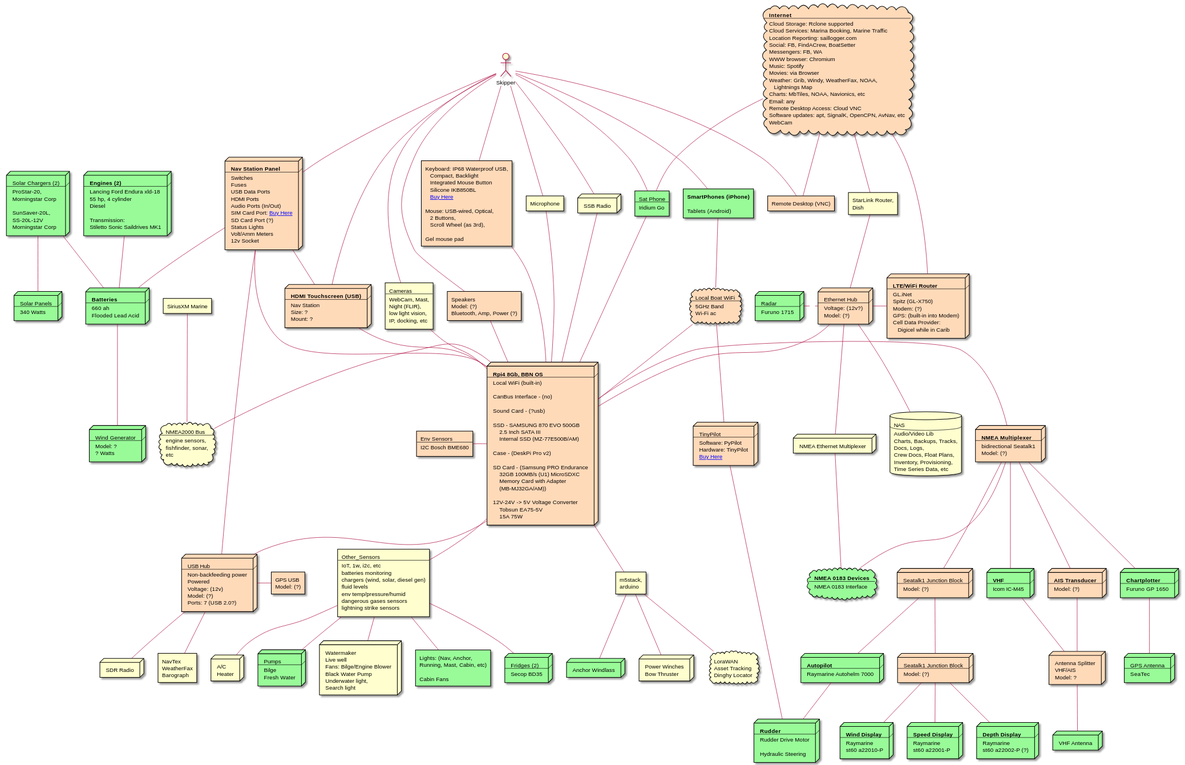
The PlantUML diagram docs/images/alcazar-system-arch.svg in SY-Alcazar/SY-Alcazar, before a commit.
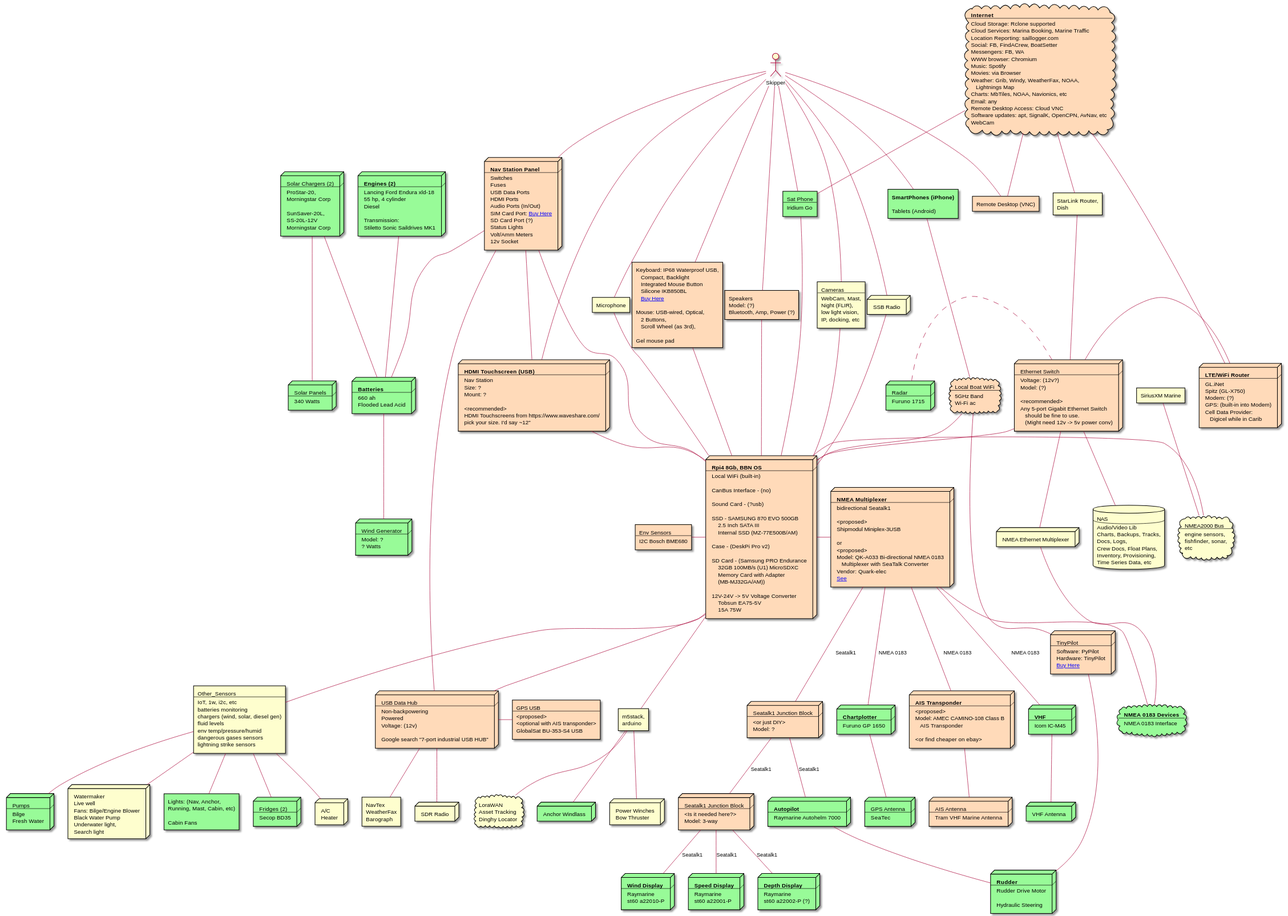
Later version of the same file.

Commit message:
alcazar system arch

Change to the diagram source:
```diff
@@ -46,7 +46,10 @@
 
 rectangle GPS #peachpuff [
  GPS USB
- Model: (?)
+ ----
+ <proposed>
+ <optional with AIS transponder>
+ GlobalSat BU-353-S4 USB
 ]
 
 rectangle Env_Sens #peachpuff [
@@ -66,20 +69,31 @@
 node Junction_ST1_1 #peachpuff [
  Seatalk1 Junction Block
  ----
- Model: (?)
+ <Is it needed here?>
+ Model: 3-way
 ]
 
 node Junction_ST1_2 #peachpuff [
  Seatalk1 Junction Block
  ----
- Model: (?)
+ <or just DIY>
+ Model: ?
 ]
 
 node NMEA_Mux #peachpuff [
  <b>NMEA Multiplexer
  ----
  bidirectional Seatalk1
- Model: (?)
+
+ <proposed>
+ Shipmodul Miniplex-3USB
+
+ or
+ <proposed>
+ Model: QK-A033 Bi-directional NMEA 0183
+    Multiplexer with SeaTalk Converter
+ Vendor: Quark-elec
+ [[https://www.quark-elec.com/product/qk-a033-wifi-usb-nmea-0183-multiplexer-with-seatalk-converter/ See]]
 ]
 
 node NMEA_Eth_Mux [
@@ -125,20 +139,25 @@
 ]
 
 node Eth_Hub #peachpuff [
- Ethernet Hub
+ Ethernet Switch
  ----
  Voltage: (12v?)
  Model: (?)
+
+ <recommended>
+ Any 5-port Gigabit Ethernet Switch
+    should be fine to use.
+    (Might need 12v -> 5v power conv)
 ]
 
 node USB_Hub #peachpuff [
- USB Hub
+ USB Data Hub
  ----
- Non-backfeeding power
+ Non-backpowering
  Powered
  Voltage: (12v)
- Model: (?)
- Ports: 7 (USB 2.0?)
+
+ Google search "7-port industrial USB HUB"
 ]
 
 node Router #peachpuff [
@@ -169,6 +188,10 @@
  Nav Station
  Size: ?
  Mount: ?
+
+ <recommended>
+ HDMI Touchscreens from https://www.waveshare.com/
+ pick your size. I'd say ~12"
 ]
 
 rectangle Speakers #peachpuff [
@@ -249,9 +272,13 @@
 ]
 
 node AIS #peachpuff [
- <b>AIS Transducer
+ <b>AIS Transponder
  ----
- Model: (?)
+ <proposed>
+ Model: AMEC CAMINO-108 Class B
+    AIS Transponder
+
+ <or find cheaper on ebay>
 ]
 
 rectangle Lights_Fans #palegreen [
@@ -346,12 +373,6 @@
  Bow Thruster
 ]
 
-node Splitter #peachpuff [
- Antenna Splitter
- VHF/AIS
- Model: ?
-]
-
 cloud Cloud_Internet #peachpuff [
  <b>Internet
  ----
@@ -416,6 +437,12 @@
   VHF Antenna
 ]
 
+node Antenna_AIS #peachpuff [
+  AIS Antenna
+  ----
+  Tram VHF Marine Antenna
+]
+
 node Solar_Pan #palegreen [
   Solar Panels
   ----
@@ -475,17 +502,17 @@
 
 NMEA_Mux -- NMEA_0183
 NMEA_Eth_Mux -- NMEA_0183
-NMEA_Mux -- Junction_ST1_2
-NMEA_Mux -- VHF
-NMEA_Mux -- Chartplotter
-NMEA_Mux -- AIS
+NMEA_Mux -- Junction_ST1_2 : Seatalk1
+NMEA_Mux -- VHF : NMEA 0183
+NMEA_Mux -- Chartplotter : NMEA 0183
+NMEA_Mux -- AIS : NMEA 0183
 
-Junction_ST1_1 -- Dash_1
-Junction_ST1_1 -- Dash_2
-Junction_ST1_1 -- Dash_3
+Junction_ST1_1 -- Dash_1 : Seatalk1
+Junction_ST1_1 -- Dash_2 : Seatalk1
+Junction_ST1_1 -- Dash_3 : Seatalk1
 
-Junction_ST1_2 -- AP
-Junction_ST1_2 -- Junction_ST1_1
+Junction_ST1_2 -- AP : Seatalk1
+Junction_ST1_2 -- Junction_ST1_1 : Seatalk1
 
 Chartplotter -- GPS_Ant
 
@@ -514,9 +541,7 @@
 Wind_Gen -u- Batteries
 Engines -- Batteries
 
-VHF -- Splitter
-AIS -- Splitter
-
-Splitter -- Antenna_VHF
+VHF -- Antenna_VHF
+AIS -- Antenna_AIS
 
 @enduml
```
